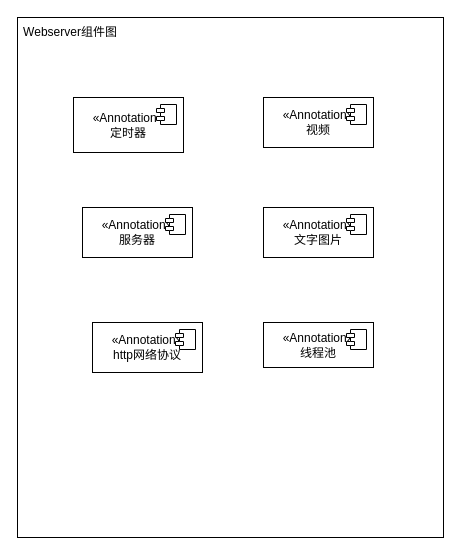
This is DesignDoc/developmentView/组件图.drawio from LiangHuDream/OurWebServer, a draw.io file, before an edit. Source tidied: cells renumbered, new cells numbered last; positions are measured from the earlier drawing's top-left corner, leaving out a move shared by most shapes. Both pictures are drawn from the tidied source at 100%, with x=0, y=0 at pixel (17, 17).
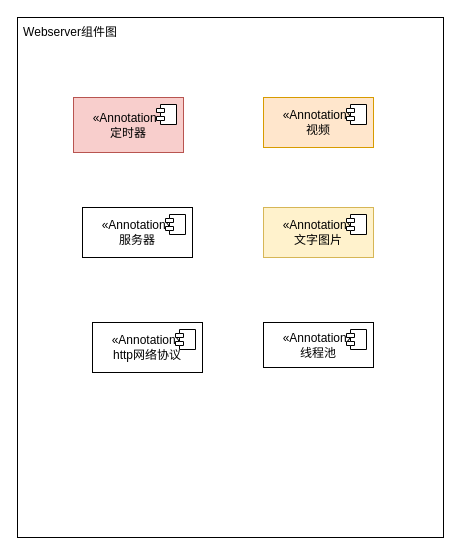
Above is the later version.

What changed in the source:
```diff
@@
 <mxGraphModel>
   <root>
     <mxCell id="0" />
     <mxCell id="1" parent="0" />
     <mxCell id="2" style="rounded=0;whiteSpace=wrap;html=1;" parent="1" vertex="1">
       <mxGeometry width="426" height="520" as="geometry" />
     </mxCell>
-    <mxCell id="3" value="«Annotation»&lt;div&gt;视频&lt;br&gt;&lt;/div&gt;" style="html=1;whiteSpace=wrap;" parent="1" vertex="1">
+    <mxCell id="3" value="«Annotation»&lt;div&gt;视频&lt;br&gt;&lt;/div&gt;" style="html=1;whiteSpace=wrap;fillColor=#ffe6cc;strokeColor=#d79b00;" parent="1" vertex="1">
       <mxGeometry x="246" y="80" width="110" height="50" as="geometry" />
     </mxCell>
     <mxCell id="4" style="shape=module;jettyWidth=8;jettyHeight=4;" parent="3" vertex="1">
       <mxGeometry x="1" width="20" height="20" relative="1" as="geometry">
         <mxPoint x="-27" y="7" as="offset" />
       </mxGeometry>
     </mxCell>
-    <mxCell id="5" value="«Annotation»&lt;div&gt;文字图片&lt;/div&gt;" style="html=1;whiteSpace=wrap;" parent="1" vertex="1">
+    <mxCell id="5" value="«Annotation»&lt;div&gt;文字图片&lt;/div&gt;" style="html=1;whiteSpace=wrap;fillColor=#fff2cc;strokeColor=#d6b656;" parent="1" vertex="1">
       <mxGeometry x="246" y="190" width="110" height="50" as="geometry" />
     </mxCell>
     <mxCell id="6" style="shape=module;jettyWidth=8;jettyHeight=4;" parent="5" vertex="1">
       <mxGeometry x="1" width="20" height="20" relative="1" as="geometry">
         <mxPoint x="-27" y="7" as="offset" />
       </mxGeometry>
     </mxCell>
     <mxCell id="7" value="Webserver组件图" style="text;html=1;align=center;verticalAlign=middle;whiteSpace=wrap;rounded=0;" parent="1" vertex="1">
       <mxGeometry width="106" height="30" as="geometry" />
     </mxCell>
     <mxCell id="8" value="«Annotation»&lt;br&gt;&lt;div&gt;线程池&lt;/div&gt;" style="html=1;whiteSpace=wrap;" parent="1" vertex="1">
       <mxGeometry x="246" y="305" width="110" height="45" as="geometry" />
     </mxCell>
     <mxCell id="9" style="shape=module;jettyWidth=8;jettyHeight=4;" parent="8" vertex="1">
       <mxGeometry x="1" width="20" height="20" relative="1" as="geometry">
         <mxPoint x="-27" y="7" as="offset" />
       </mxGeometry>
     </mxCell>
-    <mxCell id="10" value="«Annotation»&lt;div&gt;定时器&lt;/div&gt;" style="html=1;whiteSpace=wrap;" parent="1" vertex="1">
+    <mxCell id="10" value="«Annotation»&lt;div&gt;定时器&lt;/div&gt;" style="html=1;whiteSpace=wrap;fillColor=#f8cecc;strokeColor=#b85450;" parent="1" vertex="1">
       <mxGeometry x="56" y="80" width="110" height="55" as="geometry" />
     </mxCell>
     <mxCell id="11" style="shape=module;jettyWidth=8;jettyHeight=4;" parent="10" vertex="1">
       <mxGeometry x="1" width="20" height="20" relative="1" as="geometry">
         <mxPoint x="-27" y="7" as="offset" />
       </mxGeometry>
     </mxCell>
     <mxCell id="12" value="«Annotation»&lt;div&gt;服务器&lt;/div&gt;" style="html=1;whiteSpace=wrap;" parent="1" vertex="1">
       <mxGeometry x="65" y="190" width="110" height="50" as="geometry" />
     </mxCell>
     <mxCell id="13" style="shape=module;jettyWidth=8;jettyHeight=4;" parent="12" vertex="1">
       <mxGeometry x="1" width="20" height="20" relative="1" as="geometry">
         <mxPoint x="-27" y="7" as="offset" />
       </mxGeometry>
     </mxCell>
     <mxCell id="14" value="«Annotation»&lt;div&gt;http网络协议&lt;/div&gt;" style="html=1;whiteSpace=wrap;" parent="1" vertex="1">
       <mxGeometry x="75" y="305" width="110" height="50" as="geometry" />
     </mxCell>
     <mxCell id="15" style="shape=module;jettyWidth=8;jettyHeight=4;" parent="14" vertex="1">
       <mxGeometry x="1" width="20" height="20" relative="1" as="geometry">
         <mxPoint x="-27" y="7" as="offset" />
       </mxGeometry>
     </mxCell>
   </root>
 </mxGraphModel>
```
